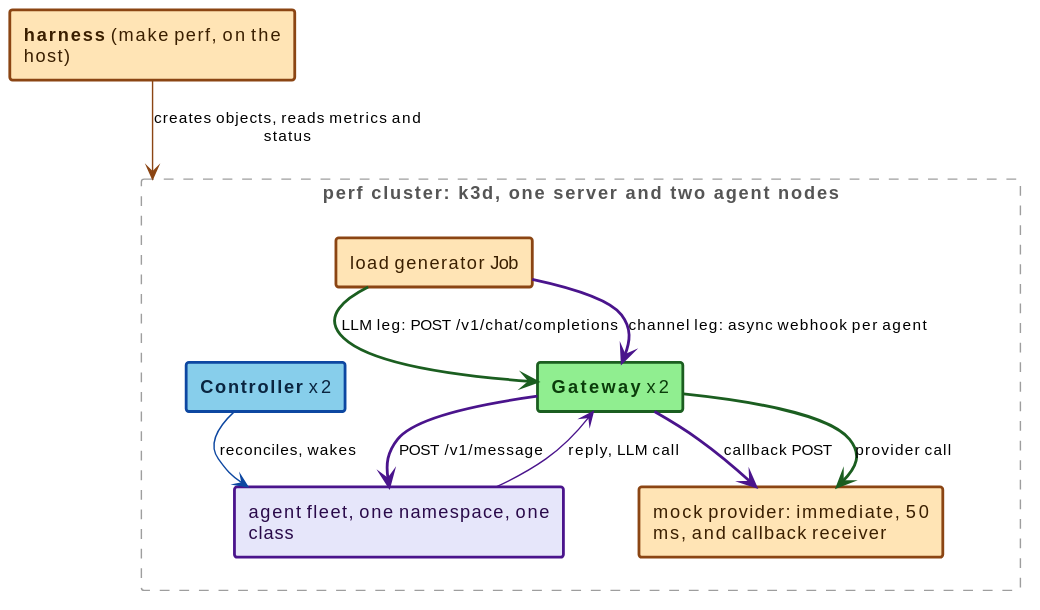
win07xp/kaalm keeps this PlantUML diagram as docs/src/diagrams/perf-harness-topology.svg. Above is the earlier version.
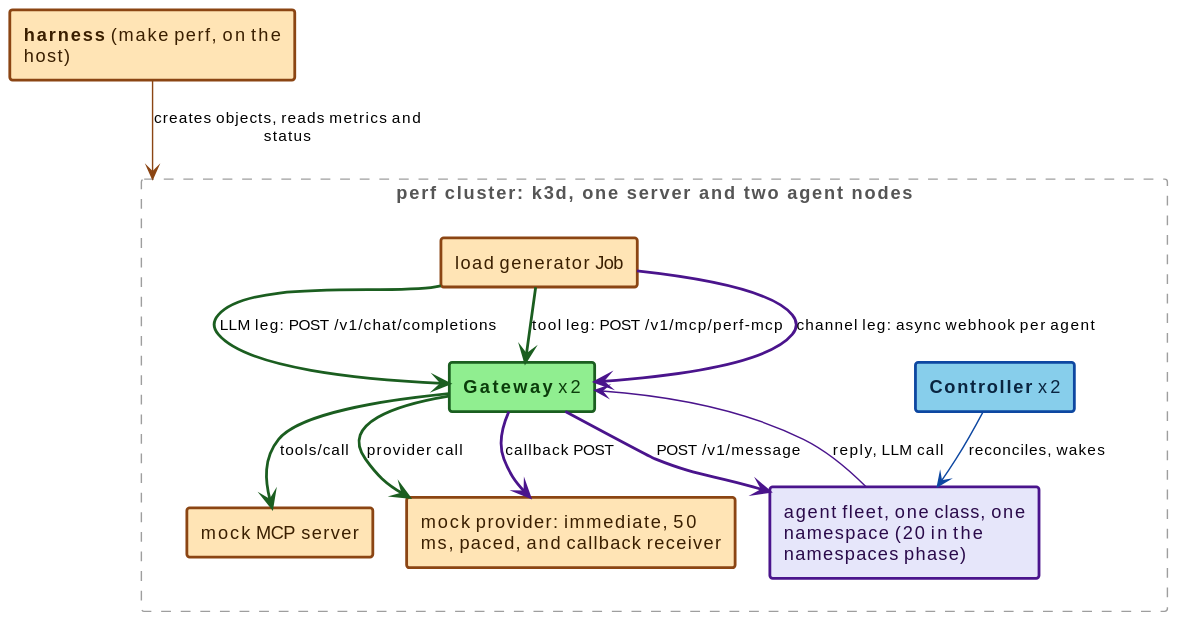
The same file after the commit.

Commit message:
docs(perf): describe the tool, stream, namespaces, and providers phases

Diff of the diagram source:
```diff
@@ -10,12 +10,15 @@
   rectangle "load generator Job" as LG #back:FFE4B5;line:8B4513;line.bold;text:3a1f00
   rectangle "**Gateway** x2" as GW #back:90EE90;line:1B5E20;line.bold;text:0b3d0b
   rectangle "**Controller** x2" as CTRL #back:87CEEB;line:0D47A1;line.bold;text:0a2540
-  rectangle "mock provider: immediate, 50 ms, and callback receiver" as MOCK #back:FFE4B5;line:8B4513;line.bold;text:3a1f00
-  rectangle "agent fleet, one namespace, one class" as FLEET #back:E6E6FA;line:4A148C;line.bold;text:2a0a4a
+  rectangle "mock provider: immediate, 50 ms, paced, and callback receiver" as MOCK #back:FFE4B5;line:8B4513;line.bold;text:3a1f00
+  rectangle "mock MCP server" as MCP #back:FFE4B5;line:8B4513;line.bold;text:3a1f00
+  rectangle "agent fleet, one class, one namespace (20 in the namespaces phase)" as FLEET #back:E6E6FA;line:4A148C;line.bold;text:2a0a4a
 }
 H -[#8B4513]-> CL : creates objects, reads metrics and status
 LG -[#1B5E20,bold]-> GW : LLM leg: POST /v1/chat/completions
 GW -[#1B5E20,bold]-> MOCK : provider call
+LG -[#1B5E20,bold]-> GW : tool leg: POST /v1/mcp/perf-mcp
+GW -[#1B5E20,bold]-> MCP : tools/call
 LG -[#4A148C,bold]-> GW : channel leg: async webhook per agent
 GW -[#4A148C,bold]-> FLEET : POST /v1/message
 FLEET -[#4A148C]-> GW : reply, LLM call
```
